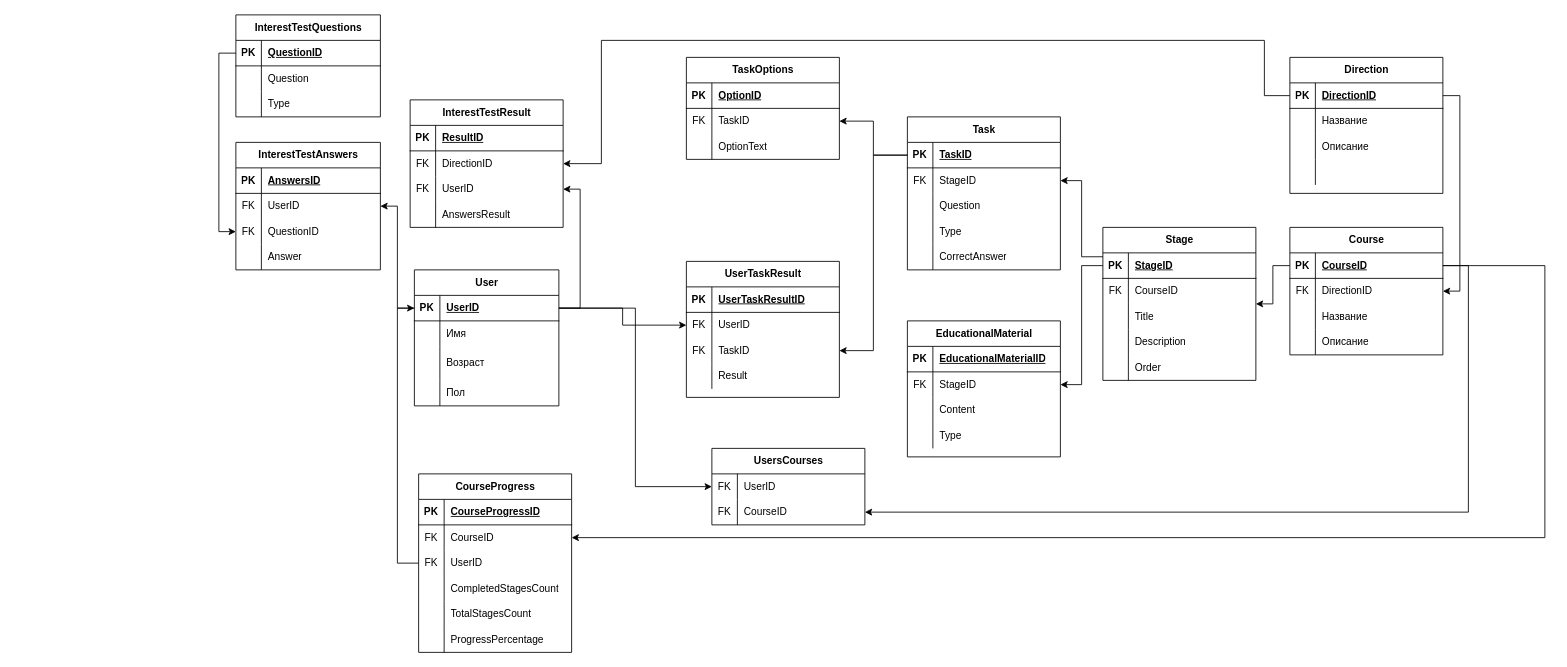
Before: ERD.drawio in JoGustav/MobileApp, a draw.io diagram. Source tidied: cells renumbered, new cells numbered last; positions are measured from the earlier drawing's top-left corner, leaving out a move shared by most shapes. Both pictures are drawn from the tidied source at 85%, with x=0, y=0 at pixel (235, 14).
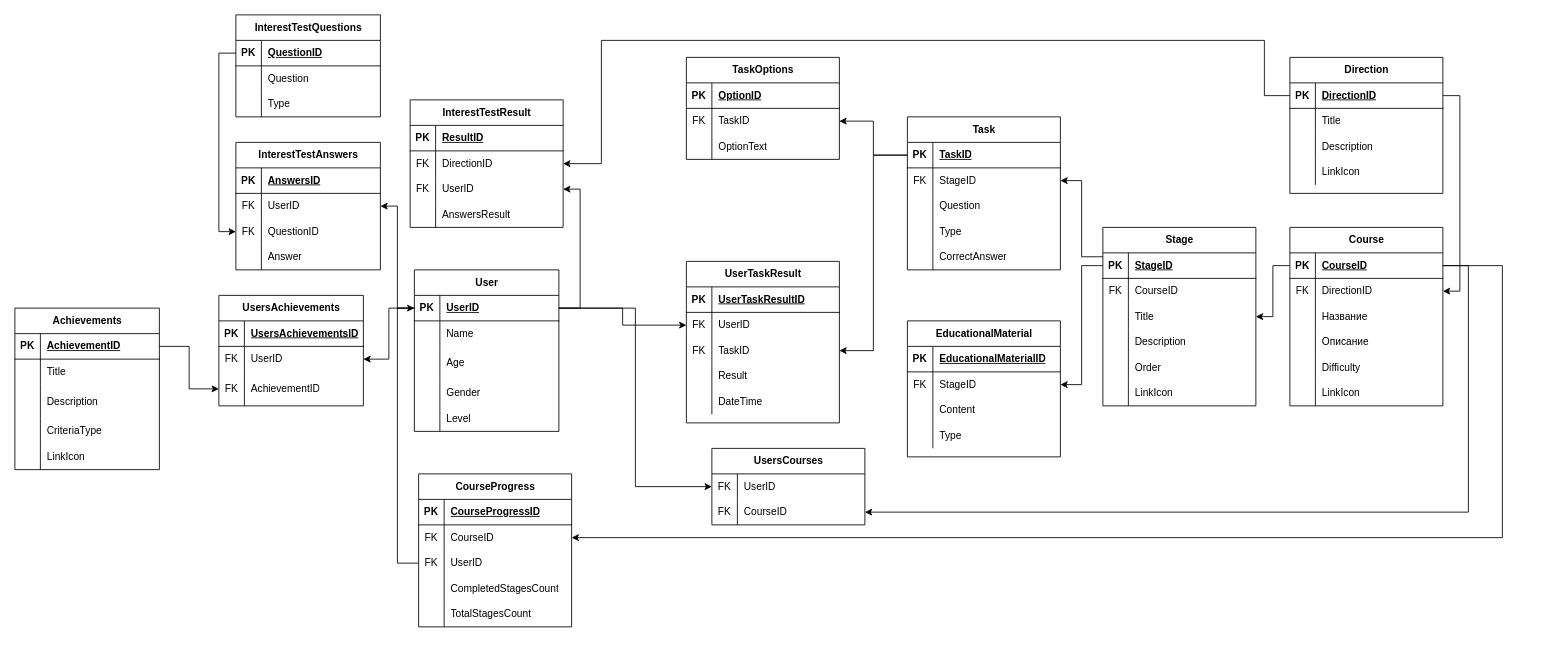
Above is the later version.

The change refers to these unchanged cells:
```xml
<mxCell id="3" style="shape=tableRow;horizontal=0;startSize=0;swimlaneHead=0;swimlaneBody=0;fillColor=none;points=[[0,0.5],[1,0.5]];portConstraint=eastwest;top=0;left=0;right=0;bottom=1;" parent="2" vertex="1">
  <mxGeometry y="30" width="170" height="30" as="geometry" />
</mxCell>
<mxCell id="6" style="shape=tableRow;horizontal=0;startSize=0;swimlaneHead=0;swimlaneBody=0;fillColor=none;top=0;left=0;right=0;bottom=0;" parent="2" vertex="1">
  <mxGeometry y="60" width="170" height="30" as="geometry" />
</mxCell>
<mxCell id="9" style="shape=tableRow;horizontal=0;startSize=0;swimlaneHead=0;swimlaneBody=0;fillColor=none;top=0;left=0;right=0;bottom=0;" parent="2" vertex="1">
  <mxGeometry y="90" width="170" height="40" as="geometry" />
</mxCell>
<mxCell id="12" style="shape=tableRow;horizontal=0;startSize=0;swimlaneHead=0;swimlaneBody=0;fillColor=none;top=0;left=0;right=0;bottom=0;" parent="2" vertex="1">
  <mxGeometry y="130" width="170" height="30" as="geometry" />
</mxCell>
<mxCell id="19" style="shape=tableRow;horizontal=0;startSize=0;swimlaneHead=0;swimlaneBody=0;fillColor=none;top=0;left=0;right=0;bottom=0;" parent="15" vertex="1">
  <mxGeometry y="60" width="180" height="30" as="geometry" />
</mxCell>
<mxCell id="22" style="shape=tableRow;horizontal=0;startSize=0;swimlaneHead=0;swimlaneBody=0;fillColor=none;top=0;left=0;right=0;bottom=0;" parent="15" vertex="1">
  <mxGeometry y="90" width="180" height="30" as="geometry" />
</mxCell>
<mxCell id="25" style="shape=tableRow;horizontal=0;startSize=0;swimlaneHead=0;swimlaneBody=0;fillColor=none;top=0;left=0;right=0;bottom=0;" parent="15" vertex="1">
  <mxGeometry y="120" width="180" height="30" as="geometry" />
</mxCell>
<mxCell id="29" style="shape=tableRow;horizontal=0;startSize=0;swimlaneHead=0;swimlaneBody=0;fillColor=none;points=[[0,0.5],[1,0.5]];portConstraint=eastwest;top=0;left=0;right=0;bottom=1;" parent="28" vertex="1">
  <mxGeometry y="30" width="180" height="30" as="geometry" />
</mxCell>
<mxCell id="169" style="shape=tableRow;horizontal=0;startSize=0;swimlaneHead=0;swimlaneBody=0;fillColor=none;points=[[0,0.5],[1,0.5]];portConstraint=eastwest;top=0;left=0;right=0;bottom=0;" parent="165" vertex="1">
  <mxGeometry y="60" width="180" height="30" as="geometry" />
</mxCell>
```

What changed in the source:
```diff
@@
     <mxCell id="2" value="User" style="shape=table;startSize=30;childLayout=tableLayout;rowLines=0;fontStyle=1;align=center;html=1;" parent="1" vertex="1">
-      <mxGeometry x="210" y="300" width="170" height="160" as="geometry" />
+      <mxGeometry x="210" y="300" width="170" height="190" as="geometry" />
     </mxCell>
@@
-    <mxCell id="8" value="Имя" style="shape=partialRectangle;fillColor=none;top=0;left=0;bottom=0;right=0;align=left;spacingLeft=6;overflow=hidden;whiteSpace=wrap;html=1;" parent="6" vertex="1">
+    <mxCell id="8" value="Name" style="shape=partialRectangle;fillColor=none;top=0;left=0;bottom=0;right=0;align=left;spacingLeft=6;overflow=hidden;whiteSpace=wrap;html=1;" parent="6" vertex="1">
       <mxGeometry x="30" width="140" height="30" as="geometry" />
     </mxCell>
@@
-    <mxCell id="11" value="Возраст" style="shape=partialRectangle;fillColor=none;top=0;left=0;bottom=0;right=0;align=left;spacingLeft=6;overflow=hidden;whiteSpace=wrap;html=1;" parent="9" vertex="1">
+    <mxCell id="11" value="Age" style="shape=partialRectangle;fillColor=none;top=0;left=0;bottom=0;right=0;align=left;spacingLeft=6;overflow=hidden;whiteSpace=wrap;html=1;" parent="9" vertex="1">
       <mxGeometry x="30" width="140" height="40" as="geometry" />
     </mxCell>
@@
-    <mxCell id="14" value="Пол" style="shape=partialRectangle;fillColor=none;top=0;left=0;bottom=0;right=0;align=left;spacingLeft=6;overflow=hidden;whiteSpace=wrap;html=1;" parent="12" vertex="1">
+    <mxCell id="14" value="Gender" style="shape=partialRectangle;fillColor=none;top=0;left=0;bottom=0;right=0;align=left;spacingLeft=6;overflow=hidden;whiteSpace=wrap;html=1;" parent="12" vertex="1">
       <mxGeometry x="30" width="140" height="30" as="geometry" />
     </mxCell>
+    <mxCell id="186" style="shape=tableRow;horizontal=0;startSize=0;swimlaneHead=0;swimlaneBody=0;fillColor=none;top=0;left=0;right=0;bottom=0;" parent="2" vertex="1">
+      <mxGeometry y="160" width="170" height="30" as="geometry" />
+    </mxCell>
+    <mxCell id="187" style="shape=partialRectangle;fillColor=none;top=0;left=0;bottom=0;right=0;overflow=hidden;whiteSpace=wrap;html=1;" parent="186" vertex="1">
+      <mxGeometry width="30" height="30" as="geometry" />
+    </mxCell>
+    <mxCell id="188" value="Level" style="shape=partialRectangle;fillColor=none;top=0;left=0;bottom=0;right=0;align=left;spacingLeft=6;overflow=hidden;whiteSpace=wrap;html=1;" parent="186" vertex="1">
+      <mxGeometry x="30" width="140" height="30" as="geometry" />
+    </mxCell>
@@
-    <mxCell id="21" value="Название" style="shape=partialRectangle;fillColor=none;top=0;left=0;bottom=0;right=0;align=left;spacingLeft=6;overflow=hidden;whiteSpace=wrap;html=1;" parent="19" vertex="1">
+    <mxCell id="21" value="Title" style="shape=partialRectangle;fillColor=none;top=0;left=0;bottom=0;right=0;align=left;spacingLeft=6;overflow=hidden;whiteSpace=wrap;html=1;" parent="19" vertex="1">
       <mxGeometry x="30" width="150" height="30" as="geometry" />
     </mxCell>
@@
-    <mxCell id="24" value="Описание" style="shape=partialRectangle;fillColor=none;top=0;left=0;bottom=0;right=0;align=left;spacingLeft=6;overflow=hidden;whiteSpace=wrap;html=1;" parent="22" vertex="1">
+    <mxCell id="24" value="Description" style="shape=partialRectangle;fillColor=none;top=0;left=0;bottom=0;right=0;align=left;spacingLeft=6;overflow=hidden;whiteSpace=wrap;html=1;" parent="22" vertex="1">
       <mxGeometry x="30" width="150" height="30" as="geometry" />
     </mxCell>
@@
-    <mxCell id="27" style="shape=partialRectangle;fillColor=none;top=0;left=0;bottom=0;right=0;align=left;spacingLeft=6;overflow=hidden;whiteSpace=wrap;html=1;" parent="25" vertex="1">
+    <mxCell id="27" value="LinkIcon" style="shape=partialRectangle;fillColor=none;top=0;left=0;bottom=0;right=0;align=left;spacingLeft=6;overflow=hidden;whiteSpace=wrap;html=1;" parent="25" vertex="1">
       <mxGeometry x="30" width="150" height="30" as="geometry" />
     </mxCell>
     <mxCell id="28" value="Course" style="shape=table;startSize=30;childLayout=tableLayout;rowLines=0;fontStyle=1;align=center;html=1;" parent="1" vertex="1">
-      <mxGeometry x="1240" y="250" width="180" height="150" as="geometry" />
+      <mxGeometry x="1240" y="250" width="180" height="210" as="geometry" />
     </mxCell>
@@
+    <mxCell id="189" style="shape=tableRow;horizontal=0;startSize=0;swimlaneHead=0;swimlaneBody=0;fillColor=none;top=0;left=0;right=0;bottom=0;" parent="28" vertex="1">
+      <mxGeometry y="150" width="180" height="30" as="geometry" />
+    </mxCell>
+    <mxCell id="190" style="shape=partialRectangle;fillColor=none;top=0;left=0;bottom=0;right=0;overflow=hidden;whiteSpace=wrap;html=1;" parent="189" vertex="1">
+      <mxGeometry width="30" height="30" as="geometry" />
+    </mxCell>
+    <mxCell id="191" value="Difficulty" style="shape=partialRectangle;fillColor=none;top=0;left=0;bottom=0;right=0;align=left;spacingLeft=6;overflow=hidden;whiteSpace=wrap;html=1;" parent="189" vertex="1">
+      <mxGeometry x="30" width="150" height="30" as="geometry" />
+    </mxCell>
+    <mxCell id="192" style="shape=tableRow;horizontal=0;startSize=0;swimlaneHead=0;swimlaneBody=0;fillColor=none;top=0;left=0;right=0;bottom=0;" parent="28" vertex="1">
+      <mxGeometry y="180" width="180" height="30" as="geometry" />
+    </mxCell>
+    <mxCell id="193" style="shape=partialRectangle;fillColor=none;top=0;left=0;bottom=0;right=0;overflow=hidden;whiteSpace=wrap;html=1;" parent="192" vertex="1">
+      <mxGeometry width="30" height="30" as="geometry" />
+    </mxCell>
+    <mxCell id="194" value="LinkIcon" style="shape=partialRectangle;fillColor=none;top=0;left=0;bottom=0;right=0;align=left;spacingLeft=6;overflow=hidden;whiteSpace=wrap;html=1;" parent="192" vertex="1">
+      <mxGeometry x="30" width="150" height="30" as="geometry" />
+    </mxCell>
     <mxCell id="41" value="Stage" style="shape=table;startSize=30;childLayout=tableLayout;rowLines=0;fontStyle=1;align=center;html=1;" parent="1" vertex="1">
-      <mxGeometry x="1020" y="250" width="180" height="180" as="geometry" />
+      <mxGeometry x="1020" y="250" width="180" height="210" as="geometry" />
     </mxCell>
@@
+    <mxCell id="195" style="shape=tableRow;horizontal=0;startSize=0;swimlaneHead=0;swimlaneBody=0;fillColor=none;top=0;left=0;right=0;bottom=0;" parent="41" vertex="1">
+      <mxGeometry y="180" width="180" height="30" as="geometry" />
+    </mxCell>
+    <mxCell id="196" style="shape=partialRectangle;fillColor=none;top=0;left=0;bottom=0;right=0;overflow=hidden;whiteSpace=wrap;html=1;" parent="195" vertex="1">
+      <mxGeometry width="30" height="30" as="geometry" />
+    </mxCell>
+    <mxCell id="197" value="LinkIcon" style="shape=partialRectangle;fillColor=none;top=0;left=0;bottom=0;right=0;align=left;spacingLeft=6;overflow=hidden;whiteSpace=wrap;html=1;" parent="195" vertex="1">
+      <mxGeometry x="30" width="150" height="30" as="geometry" />
+    </mxCell>
@@
     <mxCell id="130" value="UserTaskResult" style="shape=table;startSize=30;childLayout=tableLayout;rowLines=0;fontStyle=1;align=center;html=1;" parent="1" vertex="1">
-      <mxGeometry x="530" y="290" width="180" height="160" as="geometry" />
+      <mxGeometry x="530" y="290" width="180" height="190" as="geometry" />
     </mxCell>
@@
+    <mxCell id="198" style="shape=tableRow;horizontal=0;startSize=0;swimlaneHead=0;swimlaneBody=0;fillColor=none;top=0;left=0;right=0;bottom=0;" parent="130" vertex="1">
+      <mxGeometry y="150" width="180" height="30" as="geometry" />
+    </mxCell>
+    <mxCell id="199" style="shape=partialRectangle;fillColor=none;top=0;left=0;bottom=0;right=0;overflow=hidden;whiteSpace=wrap;html=1;" parent="198" vertex="1">
+      <mxGeometry width="30" height="30" as="geometry" />
+    </mxCell>
+    <mxCell id="200" value="DateTime" style="shape=partialRectangle;fillColor=none;top=0;left=0;bottom=0;right=0;align=left;spacingLeft=6;overflow=hidden;whiteSpace=wrap;html=1;" parent="198" vertex="1">
+      <mxGeometry x="30" width="150" height="30" as="geometry" />
+    </mxCell>
@@
     <mxCell id="165" value="CourseProgress" style="shape=table;startSize=30;childLayout=tableLayout;rowLines=0;fontStyle=1;align=center;html=1;" parent="1" vertex="1">
-      <mxGeometry x="215" y="540" width="180" height="210" as="geometry" />
+      <mxGeometry x="215" y="540" width="180" height="180" as="geometry" />
     </mxCell>
@@
-    <mxCell id="181" style="shape=tableRow;horizontal=0;startSize=0;swimlaneHead=0;swimlaneBody=0;fillColor=none;top=0;left=0;right=0;bottom=0;" parent="165" vertex="1">
-      <mxGeometry y="180" width="180" height="30" as="geometry" />
-    </mxCell>
-    <mxCell id="182" style="shape=partialRectangle;fillColor=none;top=0;left=0;bottom=0;right=0;overflow=hidden;whiteSpace=wrap;html=1;" parent="181" vertex="1">
-      <mxGeometry width="30" height="30" as="geometry" />
-    </mxCell>
-    <mxCell id="183" value="ProgressPercentage" style="shape=partialRectangle;fillColor=none;top=0;left=0;bottom=0;right=0;align=left;spacingLeft=6;overflow=hidden;whiteSpace=wrap;html=1;" parent="181" vertex="1">
-      <mxGeometry x="30" width="150" height="30" as="geometry" />
-    </mxCell>
@@
     <mxCell id="185" style="edgeStyle=orthogonalEdgeStyle;rounded=0;jettySize=auto;html=1;" parent="1" edge="1" source="29" target="169">
       <mxGeometry relative="1" as="geometry">
         <Array as="points">
-          <mxPoint x="1540" y="295" />
-          <mxPoint x="1540" y="615" />
+          <mxPoint x="1490" y="295" />
+          <mxPoint x="1490" y="615" />
         </Array>
       </mxGeometry>
     </mxCell>
+    <mxCell id="201" value="Achievements" style="shape=table;startSize=30;childLayout=tableLayout;rowLines=0;fontStyle=1;align=center;html=1;" parent="1" vertex="1">
+      <mxGeometry x="-260" y="345" width="170" height="190" as="geometry" />
+    </mxCell>
+    <mxCell id="202" style="shape=tableRow;horizontal=0;startSize=0;swimlaneHead=0;swimlaneBody=0;fillColor=none;points=[[0,0.5],[1,0.5]];portConstraint=eastwest;top=0;left=0;right=0;bottom=1;" parent="201" vertex="1">
+      <mxGeometry y="30" width="170" height="30" as="geometry" />
+    </mxCell>
+    <mxCell id="203" value="PK" style="shape=partialRectangle;fillColor=none;top=0;left=0;bottom=0;right=0;fontStyle=1;overflow=hidden;whiteSpace=wrap;html=1;" parent="202" vertex="1">
+      <mxGeometry width="30" height="30" as="geometry" />
+    </mxCell>
+    <mxCell id="204" value="AchievementID" style="shape=partialRectangle;fillColor=none;top=0;left=0;bottom=0;right=0;align=left;spacingLeft=6;fontStyle=5;overflow=hidden;whiteSpace=wrap;html=1;" parent="202" vertex="1">
+      <mxGeometry x="30" width="140" height="30" as="geometry" />
+    </mxCell>
+    <mxCell id="205" style="shape=tableRow;horizontal=0;startSize=0;swimlaneHead=0;swimlaneBody=0;fillColor=none;top=0;left=0;right=0;bottom=0;" parent="201" vertex="1">
+      <mxGeometry y="60" width="170" height="30" as="geometry" />
+    </mxCell>
+    <mxCell id="206" style="shape=partialRectangle;fillColor=none;top=0;left=0;bottom=0;right=0;overflow=hidden;whiteSpace=wrap;html=1;" parent="205" vertex="1">
+      <mxGeometry width="30" height="30" as="geometry" />
+    </mxCell>
+    <mxCell id="207" value="Title" style="shape=partialRectangle;fillColor=none;top=0;left=0;bottom=0;right=0;align=left;spacingLeft=6;overflow=hidden;whiteSpace=wrap;html=1;" parent="205" vertex="1">
+      <mxGeometry x="30" width="140" height="30" as="geometry" />
+    </mxCell>
+    <mxCell id="208" style="shape=tableRow;horizontal=0;startSize=0;swimlaneHead=0;swimlaneBody=0;fillColor=none;top=0;left=0;right=0;bottom=0;" parent="201" vertex="1">
+      <mxGeometry y="90" width="170" height="40" as="geometry" />
+    </mxCell>
+    <mxCell id="209" style="shape=partialRectangle;fillColor=none;top=0;left=0;bottom=0;right=0;overflow=hidden;whiteSpace=wrap;html=1;" parent="208" vertex="1">
+      <mxGeometry width="30" height="40" as="geometry" />
+    </mxCell>
+    <mxCell id="210" value="Description" style="shape=partialRectangle;fillColor=none;top=0;left=0;bottom=0;right=0;align=left;spacingLeft=6;overflow=hidden;whiteSpace=wrap;html=1;" parent="208" vertex="1">
+      <mxGeometry x="30" width="140" height="40" as="geometry" />
+    </mxCell>
+    <mxCell id="211" style="shape=tableRow;horizontal=0;startSize=0;swimlaneHead=0;swimlaneBody=0;fillColor=none;top=0;left=0;right=0;bottom=0;" parent="201" vertex="1">
+      <mxGeometry y="130" width="170" height="30" as="geometry" />
+    </mxCell>
+    <mxCell id="212" style="shape=partialRectangle;fillColor=none;top=0;left=0;bottom=0;right=0;overflow=hidden;whiteSpace=wrap;html=1;" parent="211" vertex="1">
+      <mxGeometry width="30" height="30" as="geometry" />
+    </mxCell>
+    <mxCell id="213" value="CriteriaType" style="shape=partialRectangle;fillColor=none;top=0;left=0;bottom=0;right=0;align=left;spacingLeft=6;overflow=hidden;whiteSpace=wrap;html=1;" parent="211" vertex="1">
+      <mxGeometry x="30" width="140" height="30" as="geometry" />
+    </mxCell>
+    <mxCell id="214" style="shape=tableRow;horizontal=0;startSize=0;swimlaneHead=0;swimlaneBody=0;fillColor=none;top=0;left=0;right=0;bottom=0;" parent="201" vertex="1">
+      <mxGeometry y="160" width="170" height="30" as="geometry" />
+    </mxCell>
+    <mxCell id="215" style="shape=partialRectangle;fillColor=none;top=0;left=0;bottom=0;right=0;overflow=hidden;whiteSpace=wrap;html=1;" parent="214" vertex="1">
+      <mxGeometry width="30" height="30" as="geometry" />
+    </mxCell>
+    <mxCell id="216" value="LinkIcon" style="shape=partialRectangle;fillColor=none;top=0;left=0;bottom=0;right=0;align=left;spacingLeft=6;overflow=hidden;whiteSpace=wrap;html=1;" parent="214" vertex="1">
+      <mxGeometry x="30" width="140" height="30" as="geometry" />
+    </mxCell>
+    <mxCell id="217" value="UsersAchievements" style="shape=table;startSize=30;childLayout=tableLayout;rowLines=0;fontStyle=1;align=center;html=1;" parent="1" vertex="1">
+      <mxGeometry x="-20" y="330" width="170" height="130" as="geometry" />
+    </mxCell>
+    <mxCell id="218" style="shape=tableRow;horizontal=0;startSize=0;swimlaneHead=0;swimlaneBody=0;fillColor=none;top=0;left=0;right=0;bottom=1;" parent="217" vertex="1">
+      <mxGeometry y="30" width="170" height="30" as="geometry" />
+    </mxCell>
+    <mxCell id="219" value="PK" style="shape=partialRectangle;fillColor=none;top=0;left=0;bottom=0;right=0;fontStyle=1;overflow=hidden;whiteSpace=wrap;html=1;" parent="218" vertex="1">
+      <mxGeometry width="30" height="30" as="geometry" />
+    </mxCell>
+    <mxCell id="220" value="UsersAchievementsID" style="shape=partialRectangle;fillColor=none;top=0;left=0;bottom=0;right=0;align=left;spacingLeft=6;fontStyle=5;overflow=hidden;whiteSpace=wrap;html=1;" parent="218" vertex="1">
+      <mxGeometry x="30" width="140" height="30" as="geometry" />
+    </mxCell>
+    <mxCell id="221" style="shape=tableRow;horizontal=0;startSize=0;swimlaneHead=0;swimlaneBody=0;fillColor=none;points=[[0,0.5],[1,0.5]];portConstraint=eastwest;top=0;left=0;right=0;bottom=0;" parent="217" vertex="1">
+      <mxGeometry y="60" width="170" height="30" as="geometry" />
+    </mxCell>
+    <mxCell id="222" value="FK" style="shape=partialRectangle;fillColor=none;top=0;left=0;bottom=0;right=0;overflow=hidden;whiteSpace=wrap;html=1;" parent="221" vertex="1">
+      <mxGeometry width="30" height="30" as="geometry" />
+    </mxCell>
+    <mxCell id="223" value="UserID" style="shape=partialRectangle;fillColor=none;top=0;left=0;bottom=0;right=0;align=left;spacingLeft=6;overflow=hidden;whiteSpace=wrap;html=1;" parent="221" vertex="1">
+      <mxGeometry x="30" width="140" height="30" as="geometry" />
+    </mxCell>
+    <mxCell id="224" style="shape=tableRow;horizontal=0;startSize=0;swimlaneHead=0;swimlaneBody=0;fillColor=none;points=[[0,0.5],[1,0.5]];portConstraint=eastwest;top=0;left=0;right=0;bottom=0;" parent="217" vertex="1">
+      <mxGeometry y="90" width="170" height="40" as="geometry" />
+    </mxCell>
+    <mxCell id="225" value="FK" style="shape=partialRectangle;fillColor=none;top=0;left=0;bottom=0;right=0;overflow=hidden;whiteSpace=wrap;html=1;" parent="224" vertex="1">
+      <mxGeometry width="30" height="40" as="geometry" />
+    </mxCell>
+    <mxCell id="226" value="AchievementID" style="shape=partialRectangle;fillColor=none;top=0;left=0;bottom=0;right=0;align=left;spacingLeft=6;overflow=hidden;whiteSpace=wrap;html=1;" parent="224" vertex="1">
+      <mxGeometry x="30" width="140" height="40" as="geometry" />
+    </mxCell>
+    <mxCell id="227" style="edgeStyle=orthogonalEdgeStyle;rounded=0;jettySize=auto;html=1;entryX=0;entryY=0.5;entryDx=0;entryDy=0;" parent="1" edge="1" source="202" target="224">
+      <mxGeometry relative="1" as="geometry" />
+    </mxCell>
+    <mxCell id="228" style="edgeStyle=orthogonalEdgeStyle;rounded=0;jettySize=auto;html=1;entryX=1;entryY=0.5;entryDx=0;entryDy=0;" parent="1" edge="1" source="3" target="221">
+      <mxGeometry relative="1" as="geometry" />
+    </mxCell>
```
